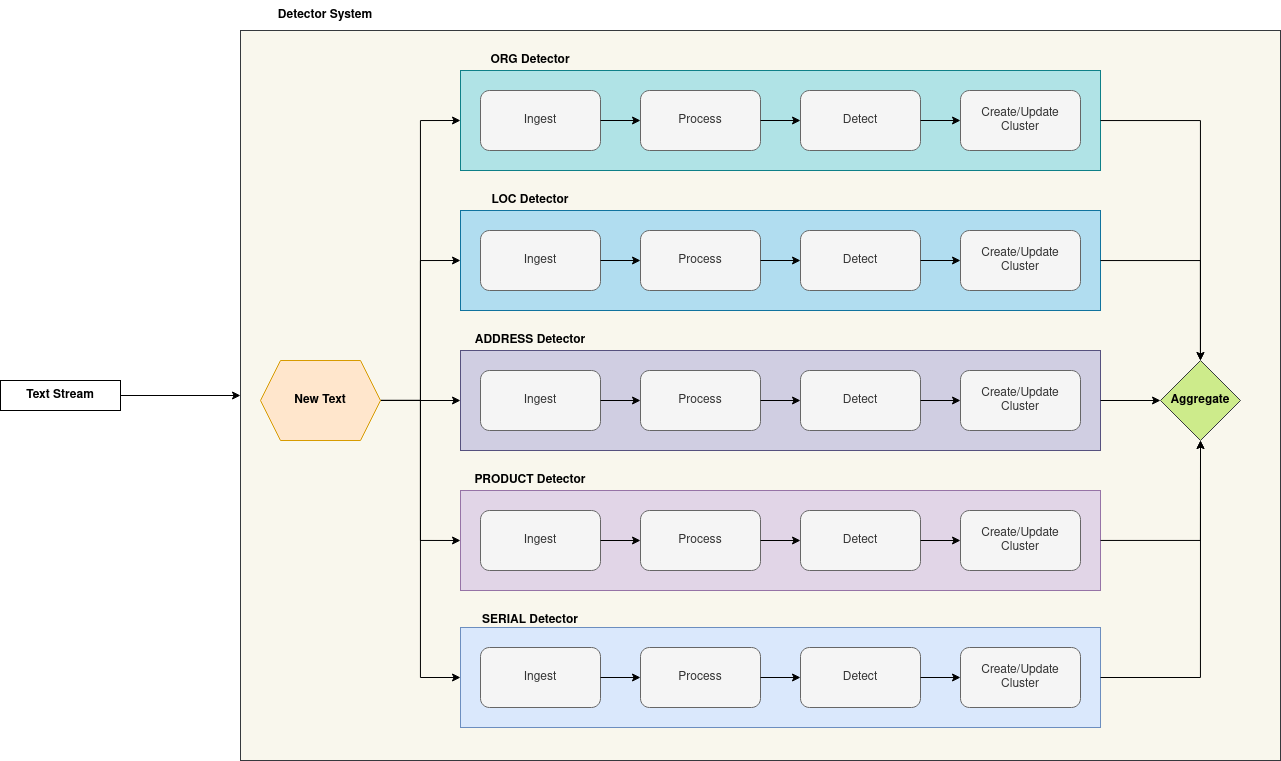
The draw.io diagram diagram_drawio.png in gagansingh894/MultipleNER, before a commit. Source tidied: cells renumbered, new cells last; positions are measured from the earlier drawing's top-left corner, leaving out a move shared by most shapes.
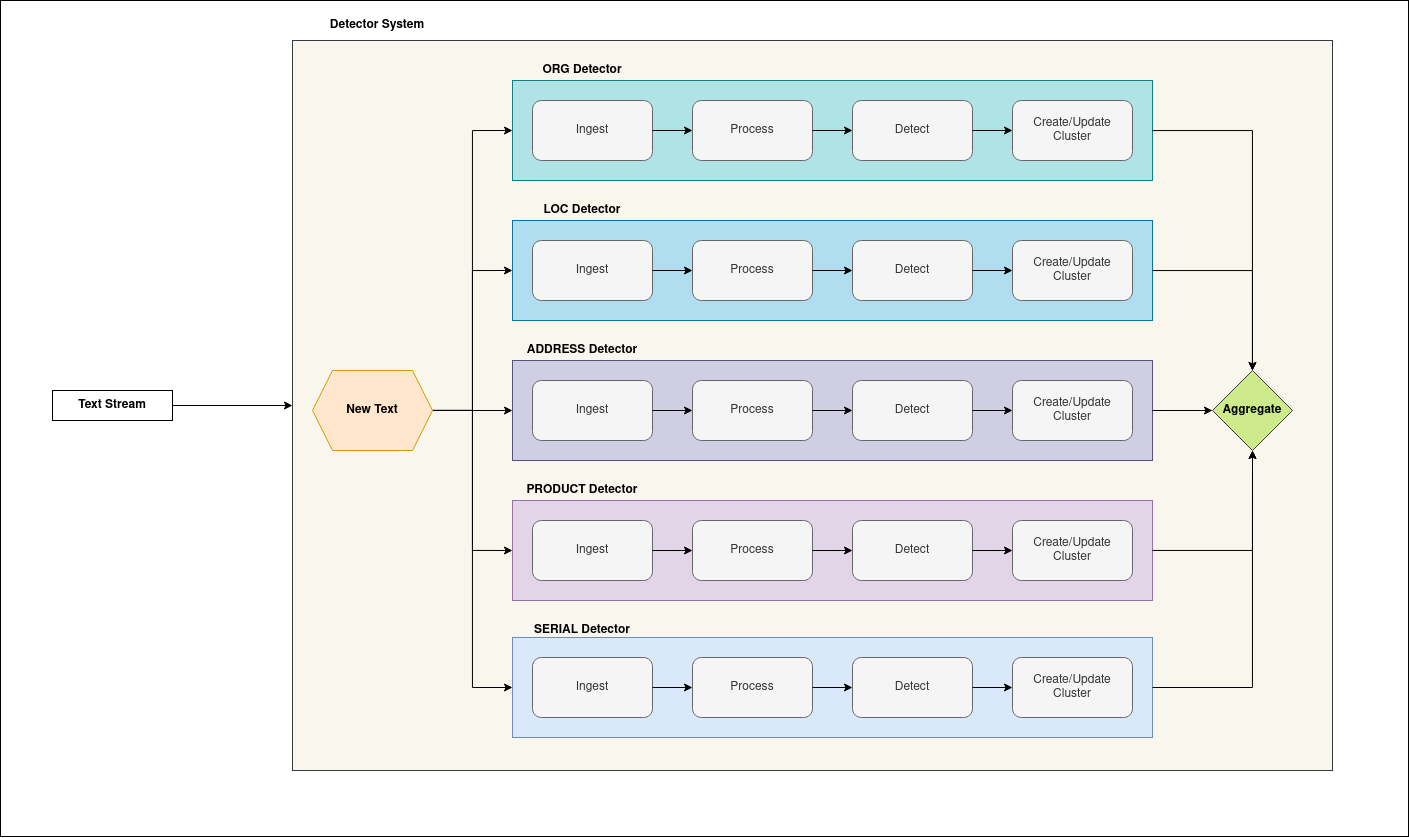
The same diagram one commit later.

Diff of the diagram source:
```diff
@@ -2,6 +2,9 @@
   <root>
     <mxCell id="0" />
     <mxCell id="1" parent="0" />
+    <mxCell id="73" style="rounded=0;whiteSpace=wrap;html=1;" parent="1" vertex="1">
+      <mxGeometry x="-52" y="-10" width="1408" height="836" as="geometry" />
+    </mxCell>
     <mxCell id="2" style="rounded=0;whiteSpace=wrap;html=1;fillColor=#f9f7ed;strokeColor=#36393d;" parent="1" vertex="1">
       <mxGeometry x="240" y="30" width="1040" height="730" as="geometry" />
     </mxCell>
```
